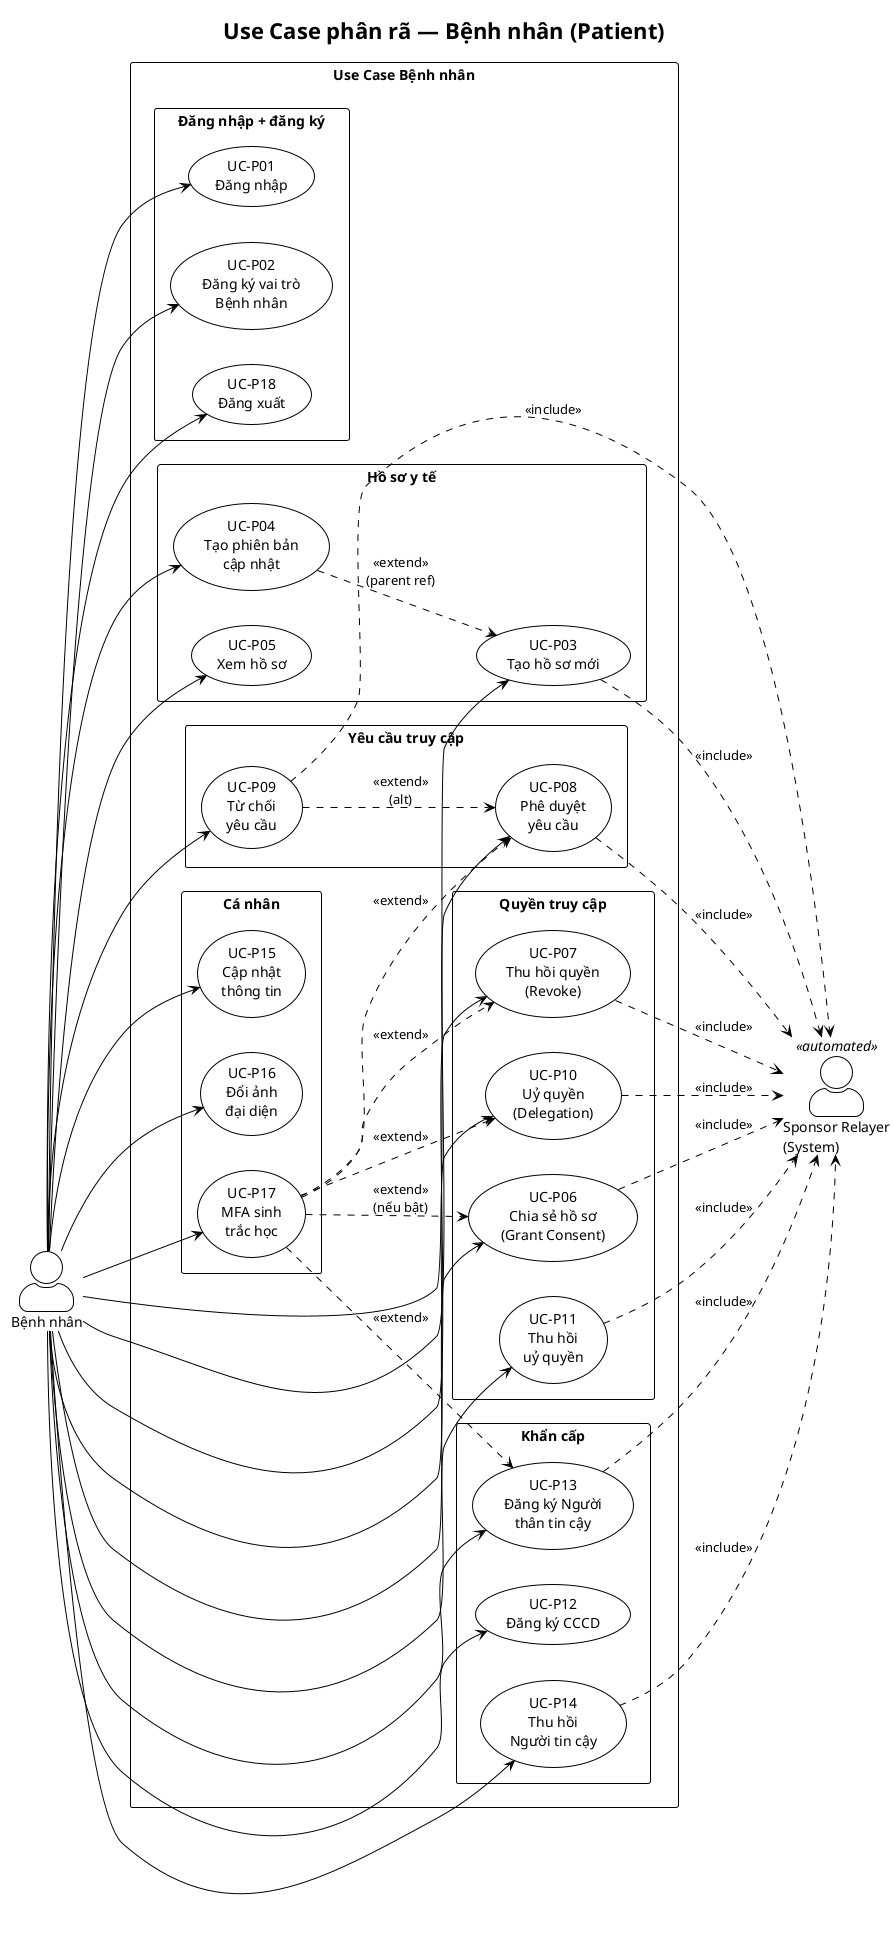
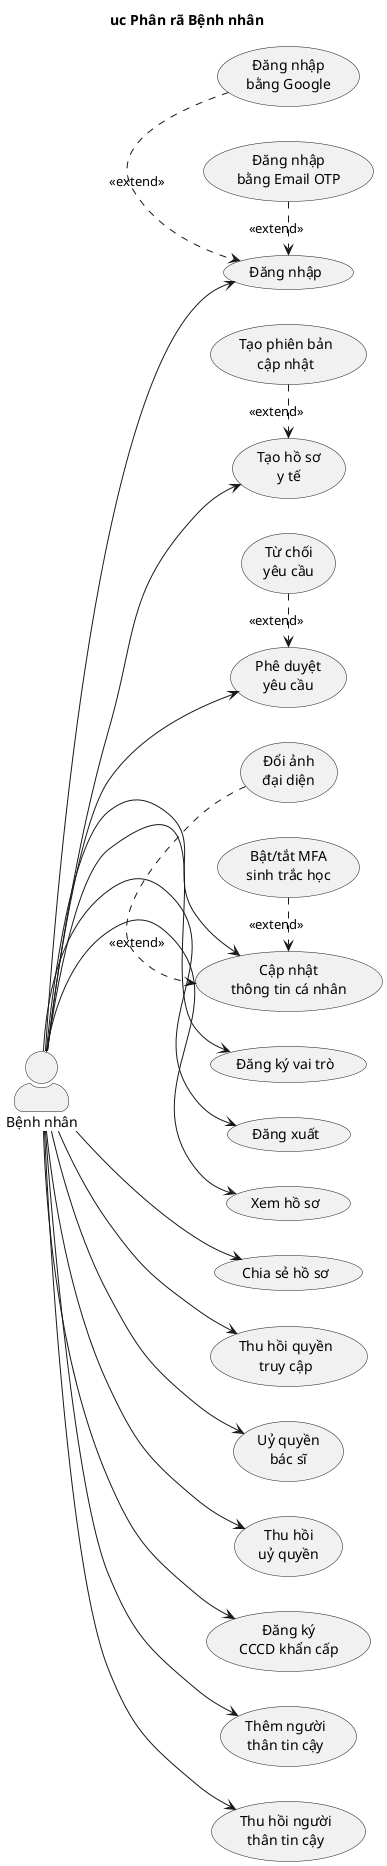
- @startuml usecase-patient
- !theme plain
+ @startuml uc-benh-nhan
+ title uc Phân rã Bệnh nhân
left to right direction
skinparam packageStyle rectangle
skinparam actorStyle awesome
- title Use Case phân rã — Bệnh nhân (Patient)

actor "Bệnh nhân" as Patient
- actor "Sponsor Relayer\n(System)" as Relayer << automated >>

- rectangle "Use Case Bệnh nhân" {
+ usecase "Đăng ký vai trò" as UC_Register
+ usecase "Đăng nhập" as UC_Login
+ usecase "Đăng nhập\nbằng Google" as UC_LoginGoogle
+ usecase "Đăng nhập\nbằng Email OTP" as UC_LoginEmail
+ usecase "Đăng xuất" as UC_Logout

-   package "Đăng nhập + đăng ký" {
-     usecase "UC-P01\nĐăng nhập" as UCP01
-     usecase "UC-P02\nĐăng ký vai trò\nBệnh nhân" as UCP02
-     usecase "UC-P18\nĐăng xuất" as UCP18
-   }
+ usecase "Tạo hồ sơ\ny tế" as UC_Create
+ usecase "Tạo phiên bản\ncập nhật" as UC_Update
+ usecase "Xem hồ sơ" as UC_View

-   package "Hồ sơ y tế" {
-     usecase "UC-P03\nTạo hồ sơ mới" as UCP03
-     usecase "UC-P04\nTạo phiên bản\ncập nhật" as UCP04
-     usecase "UC-P05\nXem hồ sơ" as UCP05
-   }
+ usecase "Chia sẻ hồ sơ" as UC_Share
+ usecase "Thu hồi quyền\ntruy cập" as UC_Revoke
+ usecase "Uỷ quyền\nbác sĩ" as UC_Delegate
+ usecase "Thu hồi\nuỷ quyền" as UC_RevokeDelegate

-   package "Quyền truy cập" {
-     usecase "UC-P06\nChia sẻ hồ sơ\n(Grant Consent)" as UCP06
-     usecase "UC-P07\nThu hồi quyền\n(Revoke)" as UCP07
-     usecase "UC-P10\nUỷ quyền\n(Delegation)" as UCP10
-     usecase "UC-P11\nThu hồi\nuỷ quyền" as UCP11
-   }
+ usecase "Phê duyệt\nyêu cầu" as UC_Approve
+ usecase "Từ chối\nyêu cầu" as UC_Reject

-   package "Yêu cầu truy cập" {
-     usecase "UC-P08\nPhê duyệt\nyêu cầu" as UCP08
-     usecase "UC-P09\nTừ chối\nyêu cầu" as UCP09
-   }
+ usecase "Đăng ký\nCCCD khẩn cấp" as UC_Cccd
+ usecase "Thêm người\nthân tin cậy" as UC_AddTC
+ usecase "Thu hồi người\nthân tin cậy" as UC_RemoveTC

-   package "Khẩn cấp" {
-     usecase "UC-P12\nĐăng ký CCCD" as UCP12
-     usecase "UC-P13\nĐăng ký Người\nthân tin cậy" as UCP13
-     usecase "UC-P14\nThu hồi\nNgười tin cậy" as UCP14
-   }
+ usecase "Cập nhật\nthông tin cá nhân" as UC_EditProfile
+ usecase "Đổi ảnh\nđại diện" as UC_Avatar
+ usecase "Bật/tắt MFA\nsinh trắc học" as UC_MFA

-   package "Cá nhân" {
-     usecase "UC-P15\nCập nhật\nthông tin" as UCP15
-     usecase "UC-P16\nĐổi ảnh\nđại diện" as UCP16
-     usecase "UC-P17\nMFA sinh\ntrắc học" as UCP17
-   }
- }
+ Patient --> UC_Register
+ Patient --> UC_Login
+ Patient --> UC_Logout
+ Patient --> UC_Create
+ Patient --> UC_View
+ Patient --> UC_Share
+ Patient --> UC_Revoke
+ Patient --> UC_Delegate
+ Patient --> UC_RevokeDelegate
+ Patient --> UC_Approve
+ Patient --> UC_Cccd
+ Patient --> UC_AddTC
+ Patient --> UC_RemoveTC
+ Patient --> UC_EditProfile

- Patient --> UCP01
- Patient --> UCP02
- Patient --> UCP03
- Patient --> UCP04
- Patient --> UCP05
- Patient --> UCP06
- Patient --> UCP07
- Patient --> UCP08
- Patient --> UCP09
- Patient --> UCP10
- Patient --> UCP11
- Patient --> UCP12
- Patient --> UCP13
- Patient --> UCP14
- Patient --> UCP15
- Patient --> UCP16
- Patient --> UCP17
- Patient --> UCP18
- 
- ' Include — UC gọi Sponsor Relayer
- UCP03 ..> Relayer : <<include>>
- UCP06 ..> Relayer : <<include>>
- UCP07 ..> Relayer : <<include>>
- UCP08 ..> Relayer : <<include>>
- UCP09 ..> Relayer : <<include>>
- UCP10 ..> Relayer : <<include>>
- UCP11 ..> Relayer : <<include>>
- UCP13 ..> Relayer : <<include>>
- UCP14 ..> Relayer : <<include>>
- 
- ' Extend — MFA biometric gate
- UCP17 ..> UCP06 : <<extend>>\n(nếu bật)
- UCP17 ..> UCP07 : <<extend>>
- UCP17 ..> UCP08 : <<extend>>
- UCP17 ..> UCP10 : <<extend>>
- UCP17 ..> UCP13 : <<extend>>
- 
- ' Extend — reject là alt approve
- UCP09 ..> UCP08 : <<extend>>\n(alt)
- 
- ' Extend — version là extension của tạo mới
- UCP04 ..> UCP03 : <<extend>>\n(parent ref)
+ UC_LoginGoogle .> UC_Login : <<extend>>
+ UC_LoginEmail .> UC_Login : <<extend>>
+ UC_Update .> UC_Create : <<extend>>
+ UC_Reject .> UC_Approve : <<extend>>
+ UC_Avatar .> UC_EditProfile : <<extend>>
+ UC_MFA .> UC_EditProfile : <<extend>>

@enduml
